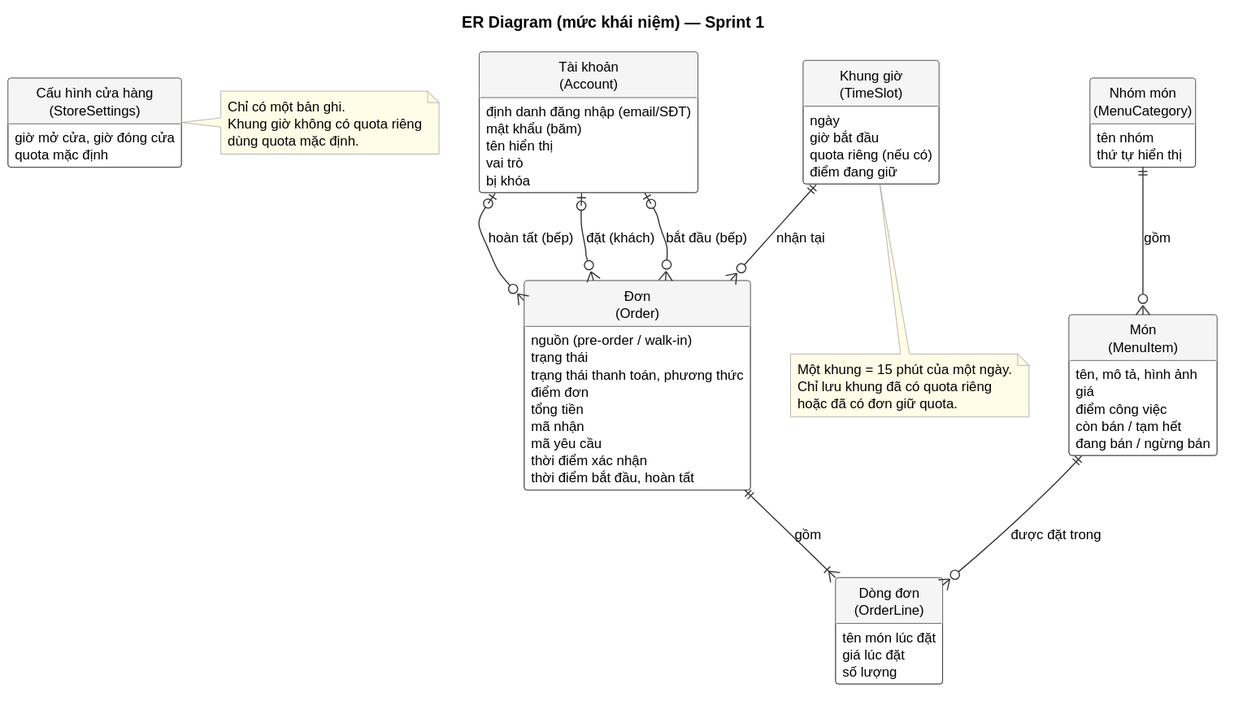
Before: 01-ManagedArea/03-Design/Database/erd_conceptual.svg, a diagram exported from PlantUML (huyducnguyen0/smart-food-preorder). The source it was exported from:
```plantuml
@startuml
!include ../_style.iuml
hide circle
hide empty methods
title ER Diagram (mức khái niệm) — Sprint 1

entity "Tài khoản\n(Account)" as Account {
  {field} định danh đăng nhập (email/SĐT)
  {field} mật khẩu (băm)
  {field} tên hiển thị
  {field} vai trò
  {field} bị khóa
}

entity "Nhóm món\n(MenuCategory)" as Category {
  {field} tên nhóm
  {field} thứ tự hiển thị
}

entity "Món\n(MenuItem)" as Item {
  {field} tên, mô tả, hình ảnh
  {field} giá
  {field} điểm công việc
  {field} còn bán / tạm hết
  {field} đang bán / ngừng bán
}

entity "Cấu hình cửa hàng\n(StoreSettings)" as Settings {
  {field} giờ mở cửa, giờ đóng cửa
  {field} quota mặc định
}

entity "Khung giờ\n(TimeSlot)" as Slot {
  {field} ngày
  {field} giờ bắt đầu
  {field} quota riêng (nếu có)
  {field} điểm đang giữ
}

entity "Đơn\n(Order)" as Order {
  {field} nguồn (pre-order / walk-in)
  {field} trạng thái
  {field} trạng thái thanh toán, phương thức
  {field} điểm đơn
  {field} tổng tiền
  {field} mã nhận
  {field} mã yêu cầu
  {field} thời điểm xác nhận
  {field} thời điểm bắt đầu, hoàn tất
}

entity "Dòng đơn\n(OrderLine)" as Line {
  {field} tên món lúc đặt
  {field} giá lúc đặt
  {field} số lượng
}

Category ||--o{ Item : gồm
Account |o--o{ Order : "đặt (khách)"
Slot ||--o{ Order : "nhận tại"
Order ||--|{ Line : gồm
Item ||--o{ Line : "được đặt trong"
Account |o--o{ Order : "bắt đầu (bếp)"
Account |o--o{ Order : "hoàn tất (bếp)"

note right of Settings
  Chỉ có một bản ghi.
  Khung giờ không có quota riêng
  dùng quota mặc định.
end note

note bottom of Slot
  Một khung = 15 phút của một ngày.
  Chỉ lưu khung đã có quota riêng
  hoặc đã có đơn giữ quota.
end note
@enduml
```
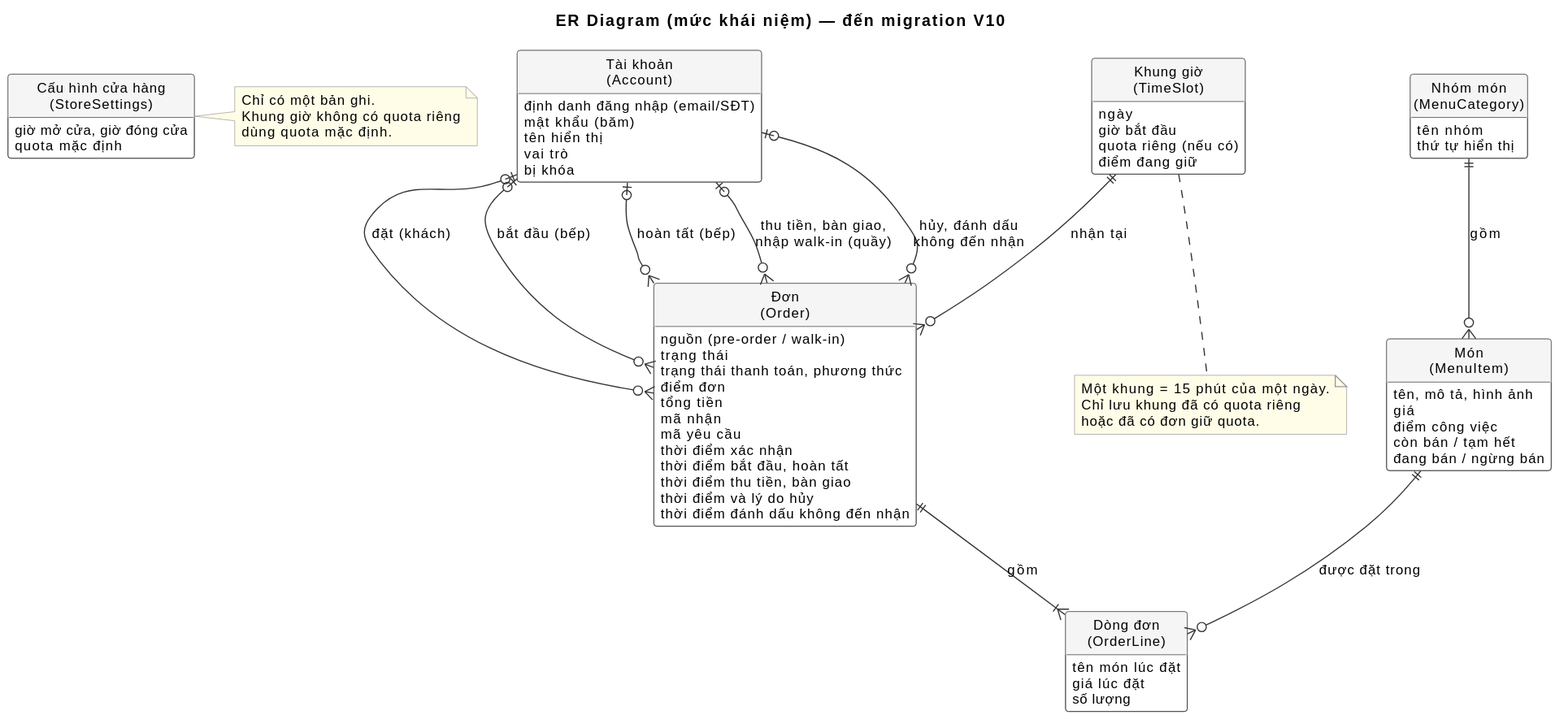
Above is the later version.

Commit message:
docs: Database Design khớp schema V10, script dữ liệu demo, kết quả thử triển khai

Change to the diagram source:
```diff
@@ -2,7 +2,7 @@
 !include ../_style.iuml
 hide circle
 hide empty methods
-title ER Diagram (mức khái niệm) — Sprint 1
+title ER Diagram (mức khái niệm) — đến migration V10
 
 entity "Tài khoản\n(Account)" as Account {
   {field} định danh đăng nhập (email/SĐT)
@@ -47,6 +47,9 @@
   {field} mã yêu cầu
   {field} thời điểm xác nhận
   {field} thời điểm bắt đầu, hoàn tất
+  {field} thời điểm thu tiền, bàn giao
+  {field} thời điểm và lý do hủy
+  {field} thời điểm đánh dấu không đến nhận
 }
 
 entity "Dòng đơn\n(OrderLine)" as Line {
@@ -62,6 +65,8 @@
 Item ||--o{ Line : "được đặt trong"
 Account |o--o{ Order : "bắt đầu (bếp)"
 Account |o--o{ Order : "hoàn tất (bếp)"
+Account |o--o{ Order : "thu tiền, bàn giao,\nnhập walk-in (quầy)"
+Account |o--o{ Order : "hủy, đánh dấu\nkhông đến nhận"
 
 note right of Settings
   Chỉ có một bản ghi.
```
